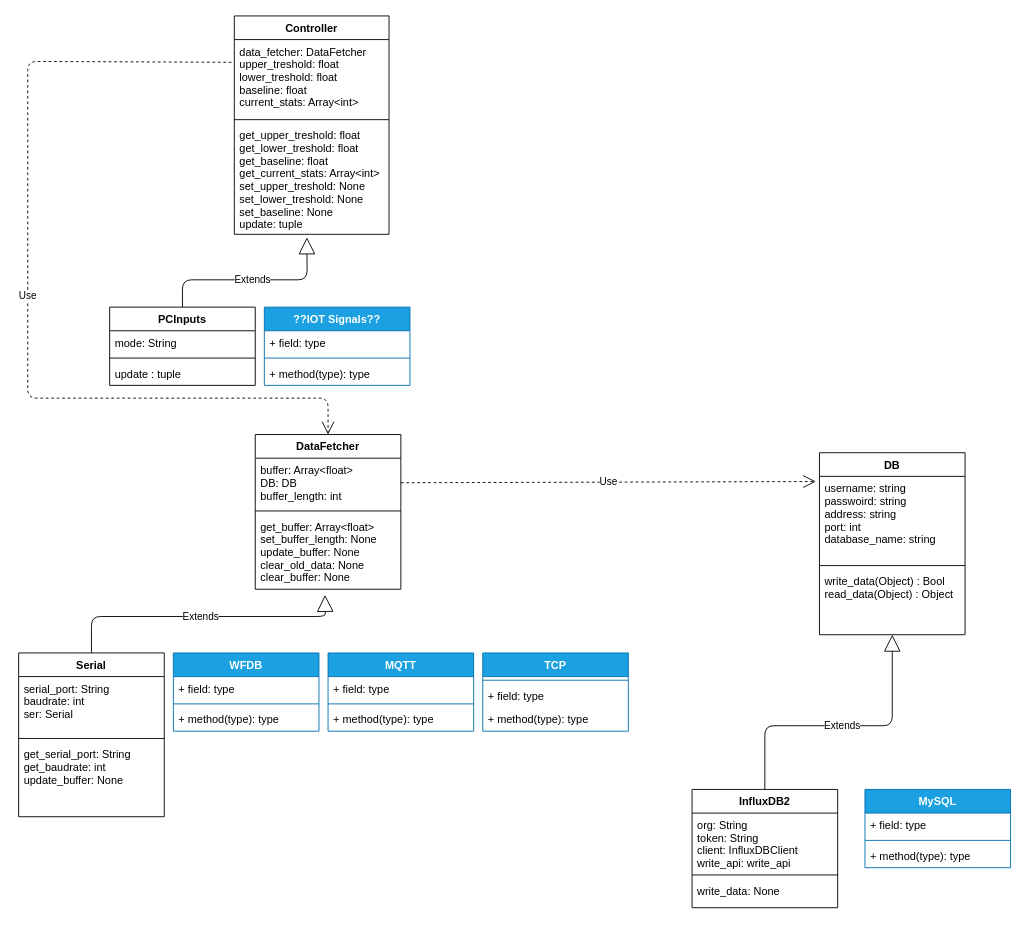
This is UML.drawio from Das-Horn/BIOSLAM-Project, a draw.io file, before an edit. Source tidied: cells renumbered, new cells numbered last; positions are measured from the earlier drawing's top-left corner, leaving out a move shared by most shapes. Both pictures are drawn from the tidied source at 91%, with x=0, y=0 at pixel (18, 15).
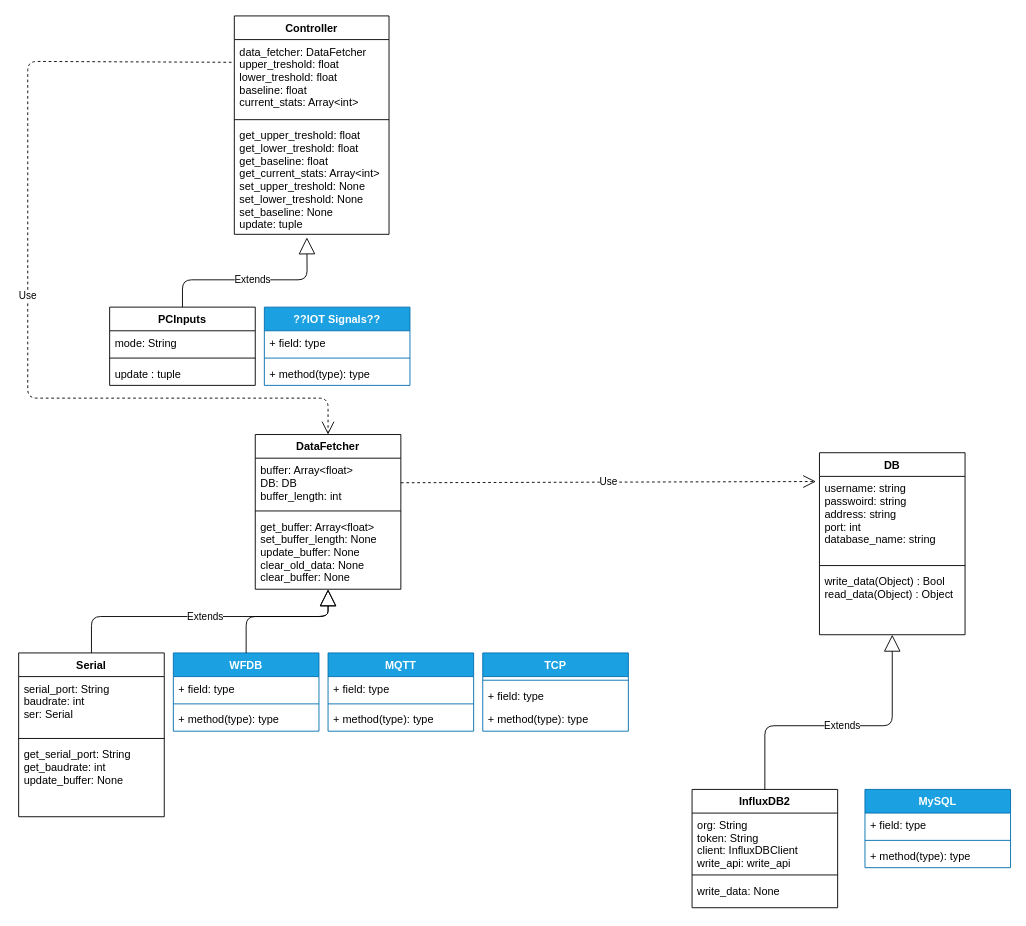
The same diagram, later.

The change refers to these unchanged cells:
```xml
<mxCell id="19" value="DataFetcher" style="swimlane;fontStyle=1;align=center;verticalAlign=top;horizontal=1;startSize=26;" parent="1" vertex="1">
  <mxGeometry x="260" y="460" width="160" height="170" as="geometry" />
</mxCell>
<mxCell id="22" value="get_buffer: Array&lt;float&gt;&#10;set_buffer_length: None&#10;update_buffer: None&#10;clear_old_data: None&#10;clear_buffer: None" style="text;strokeColor=none;fillColor=none;align=left;verticalAlign=top;spacingLeft=4;spacingRight=4;overflow=hidden;points=[[0,0.5],[1,0.5]];portConstraint=eastwest;" parent="19" vertex="1">
  <mxGeometry y="88" width="160" height="82" as="geometry" />
</mxCell>
<mxCell id="23" value="Serial" style="swimlane;fontStyle=1;align=center;verticalAlign=top;horizontal=1;startSize=26;" parent="1" vertex="1">
  <mxGeometry y="700" width="160" height="180" as="geometry" />
</mxCell>
<mxCell id="31" value="WFDB" style="swimlane;fontStyle=1;align=center;verticalAlign=top;horizontal=1;startSize=26;fillColor=#1ba1e2;fontColor=#ffffff;strokeColor=#006EAF;" parent="1" vertex="1">
  <mxGeometry x="170" y="700" width="160" height="86" as="geometry" />
</mxCell>
```

What changed in the source:
```diff
@@
-    <mxCell id="39" value="Extends" style="endArrow=block;endSize=16;endFill=0;html=1;exitX=0.5;exitY=0;exitDx=0;exitDy=0;entryX=0.479;entryY=1.077;entryDx=0;entryDy=0;entryPerimeter=0;" parent="1" edge="1" source="23" target="22">
+    <mxCell id="39" value="Extends" style="endArrow=block;endSize=16;endFill=0;html=1;exitX=0.5;exitY=0;exitDx=0;exitDy=0;entryX=0.5;entryY=1.004;entryDx=0;entryDy=0;entryPerimeter=0;" parent="1" edge="1" source="23" target="22">
       <mxGeometry relative="1" as="geometry">
         <Array as="points">
           <mxPoint x="80" y="660" />
-          <mxPoint x="337" y="660" />
+          <mxPoint x="340" y="660" />
         </Array>
       </mxGeometry>
     </mxCell>
@@
+    <mxCell id="51" style="endArrow=block;endSize=16;endFill=0;html=1;exitX=0.5;exitY=0;exitDx=0;exitDy=0;entryX=0.5;entryY=1;entryDx=0;entryDy=0;" parent="1" edge="1" source="31" target="19">
+      <mxGeometry relative="1" as="geometry">
+        <Array as="points">
+          <mxPoint x="250" y="660" />
+          <mxPoint x="340" y="660" />
+        </Array>
+      </mxGeometry>
+    </mxCell>
```
